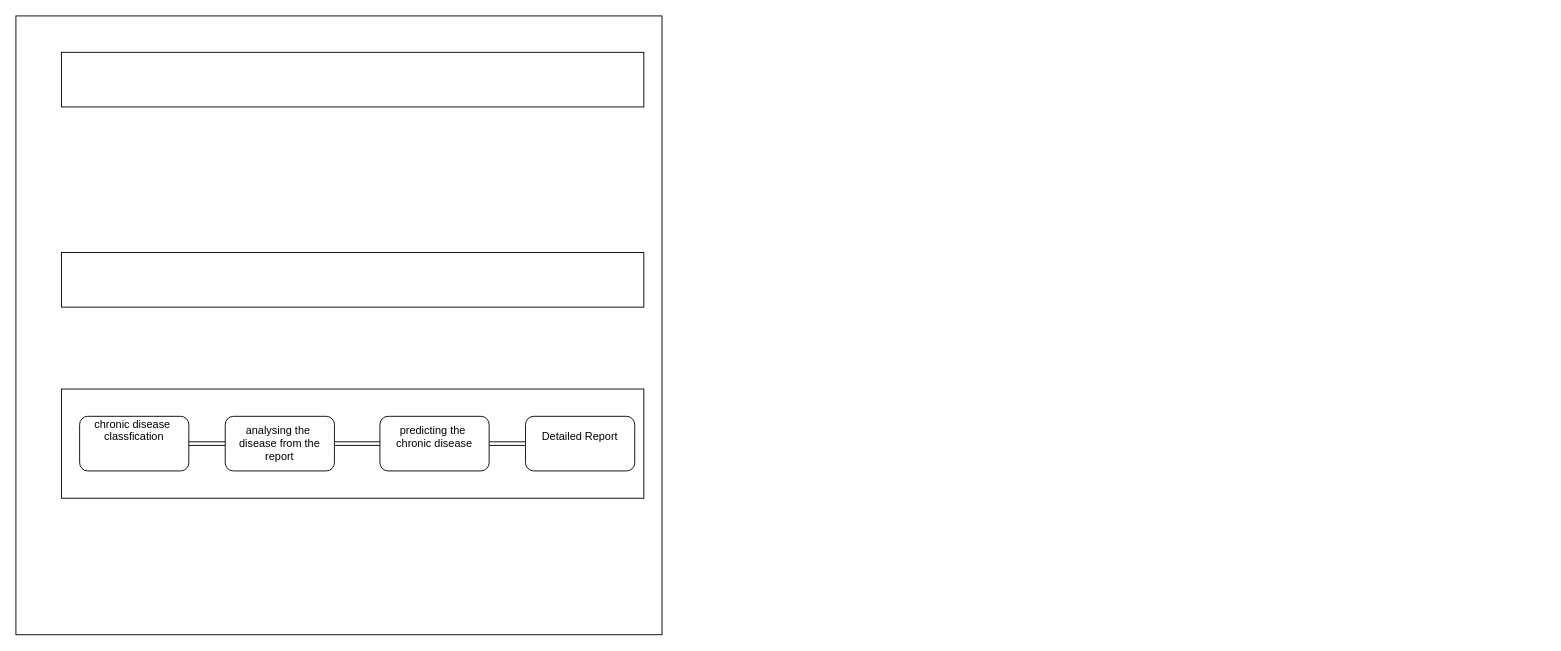
Above: Untitled Diam.drawio in ankitmandal24/mini_prroject (draw.io), before the change. Source tidied: cells renumbered, new cells numbered last; positions are measured from the earlier drawing's top-left corner, leaving out a move shared by most shapes. Both pictures are drawn from the tidied source at 91%, with x=0, y=0 at pixel (15, 15).
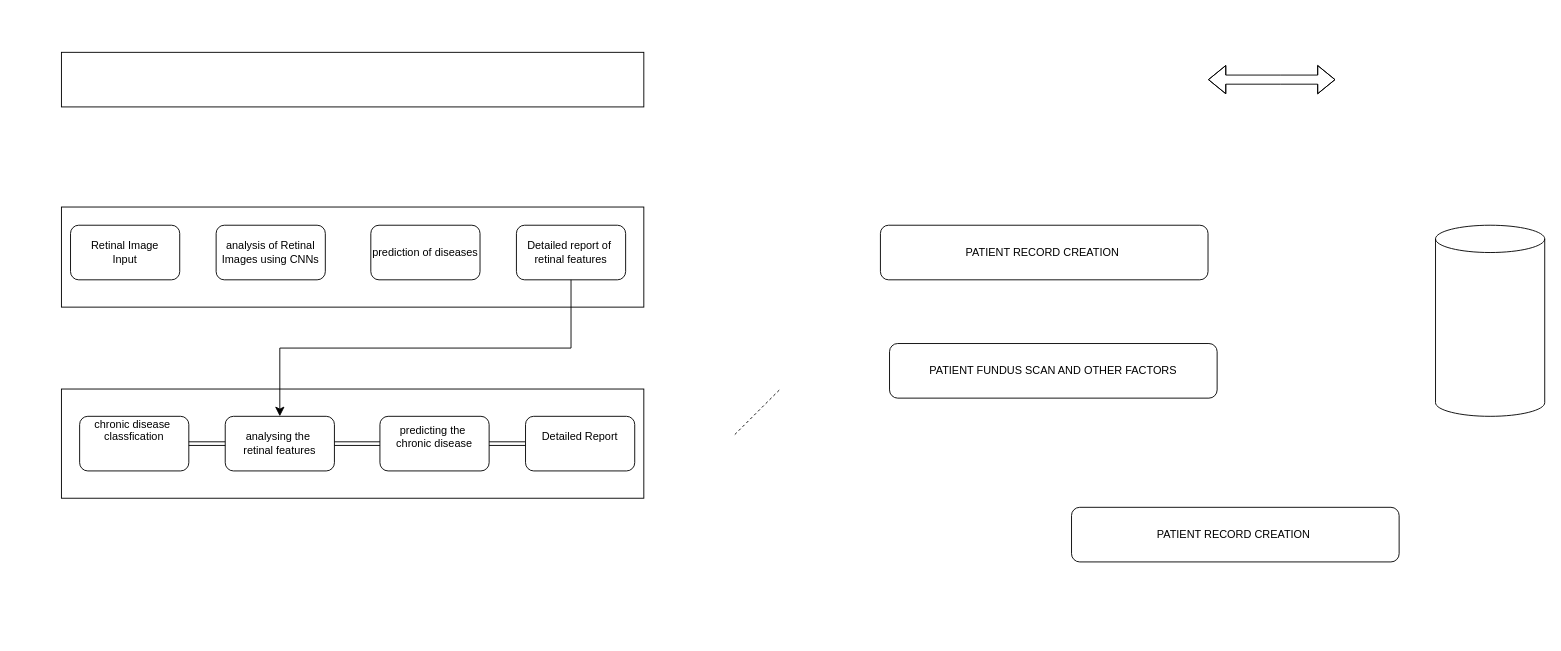
The same diagram, later.

Change to the diagram source:
```diff
@@
-    <mxCell id="2" style="rounded=0;whiteSpace=wrap;html=1;" parent="1" vertex="1">
-      <mxGeometry width="710" height="680" as="geometry" />
-    </mxCell>
@@
     <mxCell id="4" style="rounded=0;whiteSpace=wrap;html=1;" parent="1" vertex="1">
-      <mxGeometry x="50" y="260" width="640" height="60" as="geometry" />
+      <mxGeometry x="50" y="210" width="640" height="110" as="geometry" />
     </mxCell>
@@
-    <mxCell id="7" value="analysing the&amp;nbsp;&lt;div&gt;disease from the report&lt;/div&gt;" style="rounded=1;whiteSpace=wrap;html=1;" parent="1" vertex="1">
+    <mxCell id="7" value="analysing the&amp;nbsp;&lt;div&gt;retinal features&lt;/div&gt;" style="rounded=1;whiteSpace=wrap;html=1;" parent="1" vertex="1">
       <mxGeometry x="230" y="440" width="120" height="60" as="geometry" />
     </mxCell>
@@
+    <mxCell id="13" style="shape=cylinder3;whiteSpace=wrap;html=1;boundedLbl=1;backgroundOutline=1;size=15;" parent="1" vertex="1">
+      <mxGeometry x="1560" y="230" width="120" height="210" as="geometry" />
+    </mxCell>
@@
+    <mxCell id="14" style="shape=flexArrow;endArrow=classic;startArrow=classic;html=1;rounded=0;" parent="1" edge="1">
+      <mxGeometry relative="1" as="geometry">
+        <mxPoint x="1310" y="70" as="sourcePoint" />
+        <mxPoint x="1450" y="70" as="targetPoint" />
+        <Array as="points">
+          <mxPoint x="1390" y="70" />
+        </Array>
+      </mxGeometry>
+    </mxCell>
@@
+    <mxCell id="15" value="PATIENT RECORD CREATION&amp;nbsp;" style="rounded=1;whiteSpace=wrap;html=1;" parent="1" vertex="1">
+      <mxGeometry x="950" y="230" width="360" height="60" as="geometry" />
+    </mxCell>
+    <mxCell id="16" style="endArrow=none;dashed=1;html=1;rounded=0;" parent="1" edge="1">
+      <mxGeometry relative="1" as="geometry">
+        <mxPoint x="790" y="460" as="sourcePoint" />
+        <mxPoint x="840" y="410" as="targetPoint" />
+      </mxGeometry>
+    </mxCell>
+    <mxCell id="17" value="PATIENT FUNDUS SCAN AND OTHER FACTORS" style="rounded=1;whiteSpace=wrap;html=1;" parent="1" vertex="1">
+      <mxGeometry x="960" y="360" width="360" height="60" as="geometry" />
+    </mxCell>
+    <mxCell id="18" value="Detailed report of&amp;nbsp; retinal features" style="rounded=1;whiteSpace=wrap;html=1;" parent="1" vertex="1">
+      <mxGeometry x="550" y="230" width="120" height="60" as="geometry" />
+    </mxCell>
+    <mxCell id="19" value="PATIENT RECORD CREATION&amp;nbsp;" style="rounded=1;whiteSpace=wrap;html=1;" parent="1" vertex="1">
+      <mxGeometry x="1160" y="540" width="360" height="60" as="geometry" />
+    </mxCell>
+    <mxCell id="20" value="&lt;div&gt;&lt;br&gt;&lt;/div&gt;&lt;div&gt;&lt;br&gt;&lt;/div&gt;Retinal Image&lt;div&gt;Input&lt;br&gt;&lt;div&gt;&lt;br&gt;&lt;/div&gt;&lt;div&gt;&lt;br&gt;&lt;/div&gt;&lt;/div&gt;" style="rounded=1;whiteSpace=wrap;html=1;" parent="1" vertex="1">
+      <mxGeometry x="60" y="230" width="120" height="60" as="geometry" />
+    </mxCell>
+    <mxCell id="21" value="analysis of Retinal Images using CNNs" style="rounded=1;whiteSpace=wrap;html=1;" parent="1" vertex="1">
+      <mxGeometry x="220" y="230" width="120" height="60" as="geometry" />
+    </mxCell>
+    <mxCell id="22" value="prediction of diseases" style="rounded=1;whiteSpace=wrap;html=1;" parent="1" vertex="1">
+      <mxGeometry x="390" y="230" width="120" height="60" as="geometry" />
+    </mxCell>
+    <mxCell id="23" style="edgeStyle=elbowEdgeStyle;elbow=vertical;endArrow=classic;html=1;curved=0;rounded=0;endSize=8;startSize=8;entryX=0.5;entryY=0;entryDx=0;entryDy=0;exitX=0.5;exitY=1;exitDx=0;exitDy=0;" parent="1" edge="1" source="18" target="7">
+      <mxGeometry relative="1" as="geometry" />
+    </mxCell>
```
